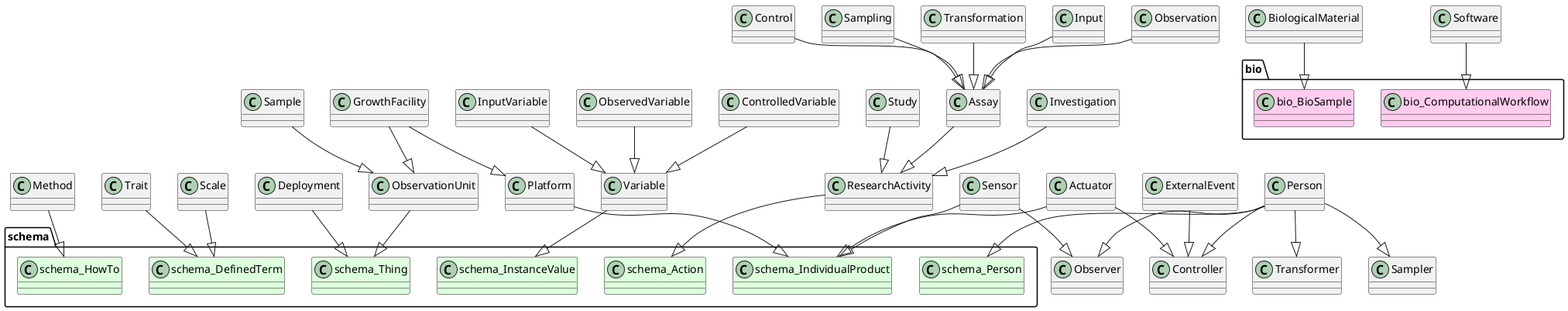
aus-plant-phenomics-network/appn-schema keeps this PlantUML diagram as ttl_uml/ttl_appn-ppeo-sosa-ssn-cdi.png. Above is the earlier version.
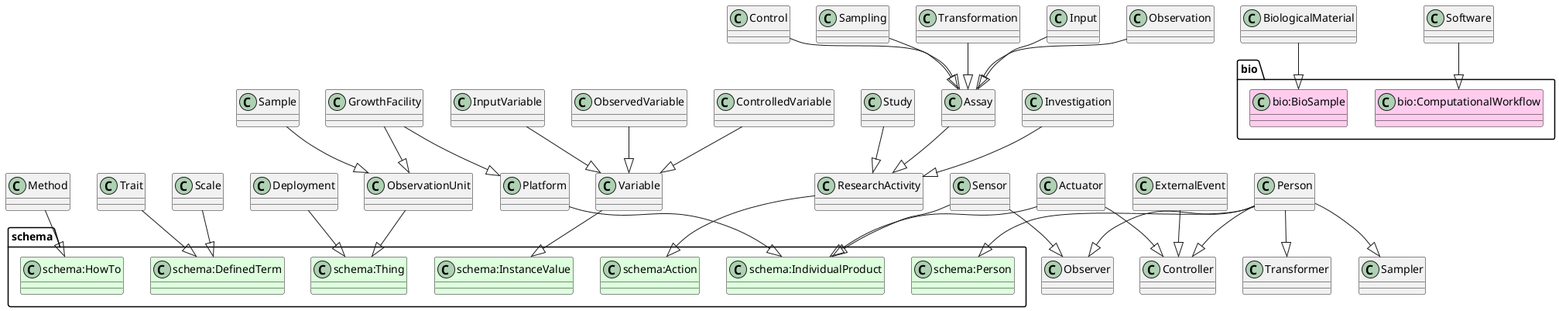
After the change.

Change to the diagram source:
```diff
@@ -31,50 +31,50 @@
 class Deployment
 class GrowthFacility
 package "schema" {
-    class schema_Action #DDFFDD
-    class schema_HowTo #DDFFDD
-    class schema_Thing #DDFFDD
-    class schema_DefinedTerm #DDFFDD
-    class schema_InstanceValue #DDFFDD
-    class schema_IndividualProduct #DDFFDD
-    class schema_Person #DDFFDD
+    class "schema:Action" #DDFFDD
+    class "schema:HowTo" #DDFFDD
+    class "schema:Thing" #DDFFDD
+    class "schema:DefinedTerm" #DDFFDD
+    class "schema:InstanceValue" #DDFFDD
+    class "schema:IndividualProduct" #DDFFDD
+    class "schema:Person" #DDFFDD
 }
 package "bio" {
-    class bio_BioSample #FFCCEE
-    class bio_ComputationalWorkflow #FFCCEE
+    class "bio:BioSample" #FFCCEE
+    class "bio:ComputationalWorkflow" #FFCCEE
 }
-ResearchActivity --|> schema_Action
+ResearchActivity --|> "schema:Action"
 Investigation --|> ResearchActivity
 Study --|> ResearchActivity
 Assay --|> ResearchActivity
-Method --|> schema_HowTo
+Method --|> "schema:HowTo"
 Observation --|> Assay
 Control --|> Assay
 Sampling --|> Assay
 Transformation --|> Assay
 Input --|> Assay
-ObservationUnit --|> schema_Thing
-BiologicalMaterial --|> bio_BioSample
-Trait --|> schema_DefinedTerm
-Scale --|> schema_DefinedTerm
-Variable --|> schema_InstanceValue
+ObservationUnit --|> "schema:Thing"
+BiologicalMaterial --|> "bio:BioSample"
+Trait --|> "schema:DefinedTerm"
+Scale --|> "schema:DefinedTerm"
+Variable --|> "schema:InstanceValue"
 ObservedVariable --|> Variable
 ControlledVariable --|> Variable
 InputVariable --|> Variable
 Actuator --|> Controller
-Actuator --|> schema_IndividualProduct
+Actuator --|> "schema:IndividualProduct"
 ExternalEvent --|> Controller
 Sensor --|> Observer
-Sensor --|> schema_IndividualProduct
+Sensor --|> "schema:IndividualProduct"
 Person --|> Observer
 Person --|> Controller
 Person --|> Sampler
 Person --|> Transformer
-Person --|> schema_Person
-Software --|> bio_ComputationalWorkflow
+Person --|> "schema:Person"
+Software --|> "bio:ComputationalWorkflow"
 Sample --|> ObservationUnit
-Platform --|> schema_IndividualProduct
-Deployment --|> schema_Thing
+Platform --|> "schema:IndividualProduct"
+Deployment --|> "schema:Thing"
 GrowthFacility --|> Platform
 GrowthFacility --|> ObservationUnit
 @enduml
```
